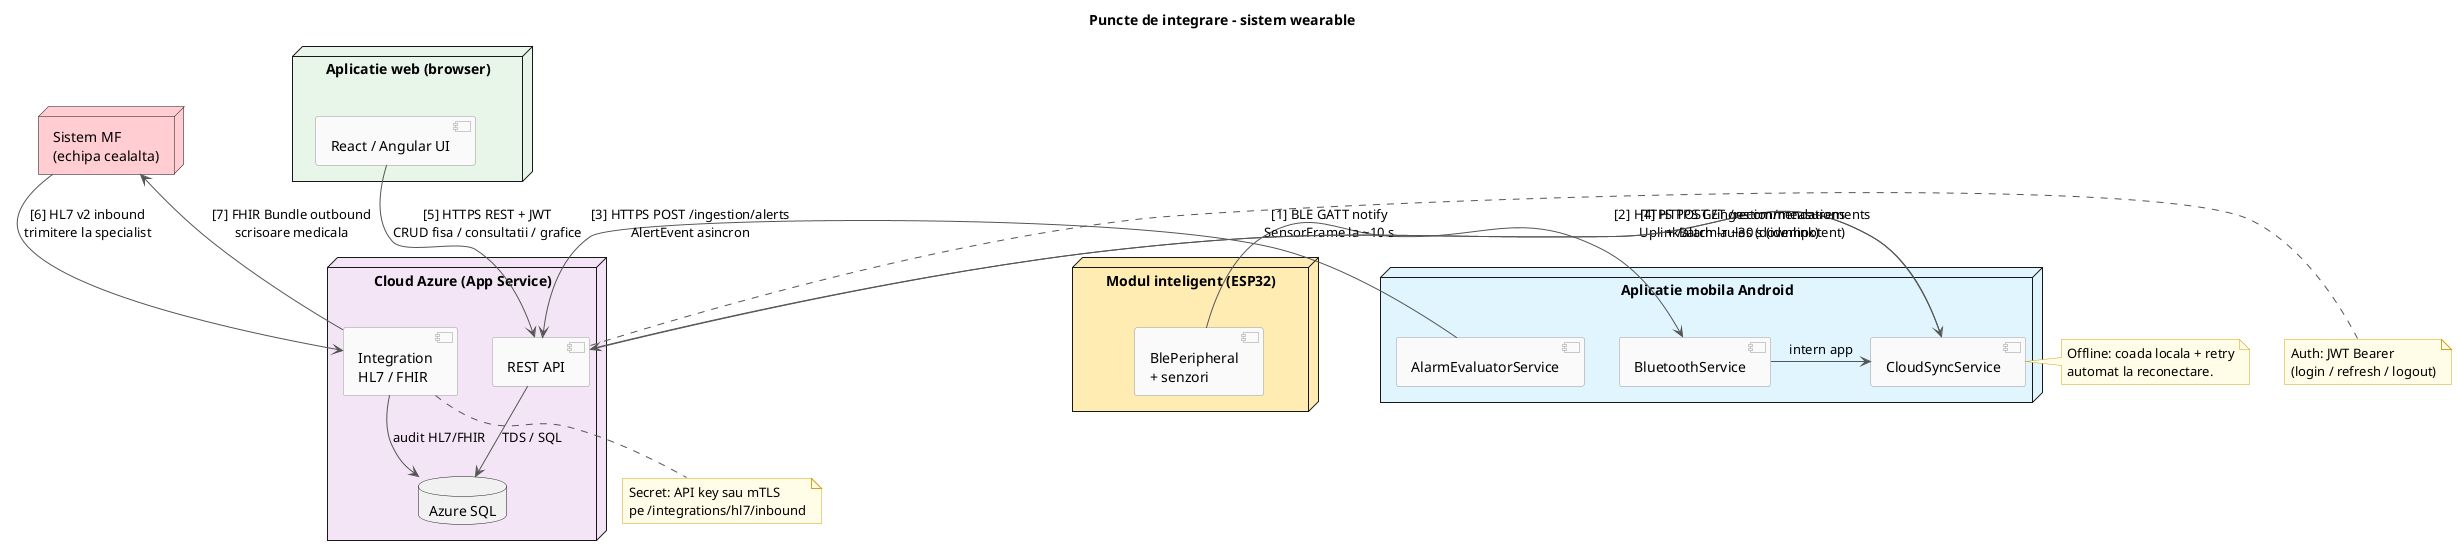
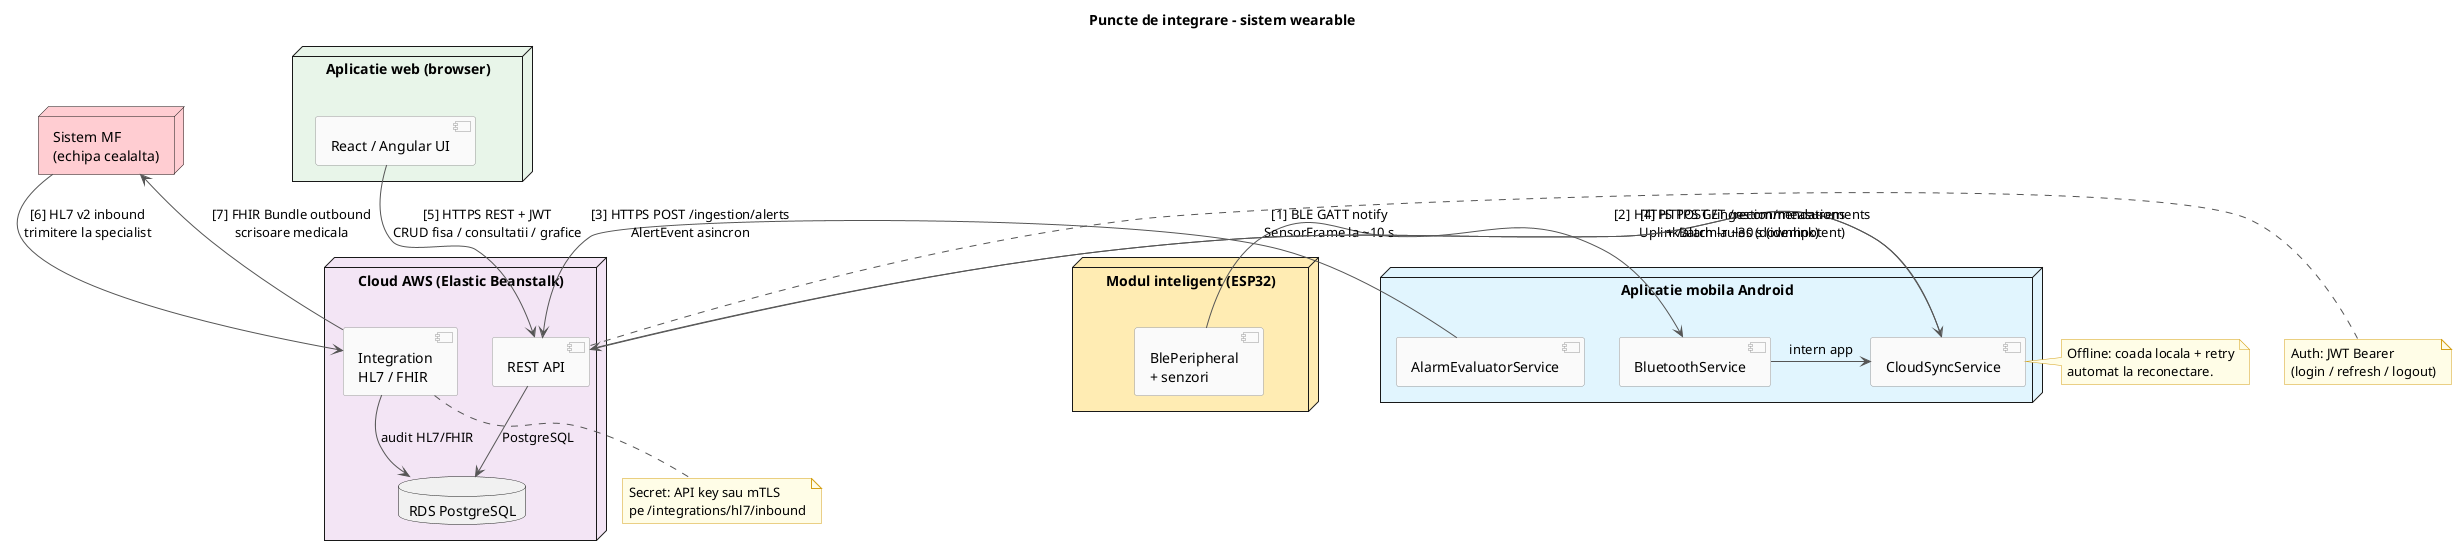
@startuml integration-points
title Puncte de integrare - sistem wearable

skinparam ArrowColor #555555
skinparam ComponentBackgroundColor #FAFAFA
skinparam ComponentBorderColor #999999
skinparam NoteBackgroundColor #FFFDE7
skinparam NoteBorderColor #D4A017

' ============================================================
' MODULE PROPRII
' ============================================================
node "Modul inteligent (ESP32)" as ESP #FFECB3 {
  component "BlePeripheral\n+ senzori" as BLEP
}

node "Aplicatie mobila Android" as AND #E1F5FE {
  component "BluetoothService" as BT
  component "CloudSyncService" as CS
  component "AlarmEvaluatorService" as AE
}

node "Aplicatie web (browser)" as WEB #E8F5E9 {
  component "React / Angular UI" as UI
}

- node "Cloud Azure (App Service)" as CLOUD #F3E5F5 {
+ node "Cloud AWS (Elastic Beanstalk)" as CLOUD #F3E5F5 {
  component "REST API" as API
  component "Integration\nHL7 / FHIR" as INT
-   database "Azure SQL" as DB
+   database "RDS PostgreSQL" as DB
}

' ============================================================
' SISTEME EXTERNE
' ============================================================
node "Sistem MF\n(echipa cealalta)" as MF #FFCDD2

' ============================================================
' INTEGRARI (numerotate ca in README)
' ============================================================
BLEP -right-> BT : [1] BLE GATT notify\nSensorFrame la ~10 s
BT   -right-> CS : intern app
CS   -right-> API : [2] HTTPS POST /ingestion/measurements\nUplinkBatch la ~30 s (idempotent)
AE   -right-> API : [3] HTTPS POST /ingestion/alerts\nAlertEvent asincron
API  -left->  CS  : [4] HTTPS GET /recommendations\n+ /alarm-rules (downlink)
UI   -down->  API : [5] HTTPS REST + JWT\nCRUD fisa / consultatii / grafice
MF   -down->  INT : [6] HL7 v2 inbound\ntrimitere la specialist
INT  -up->    MF  : [7] FHIR Bundle outbound\nscrisoare medicala
- API  -down->  DB  : TDS / SQL
+ API  -down->  DB  : PostgreSQL
INT  -down->  DB  : audit HL7/FHIR

note right of CS
  Offline: coada locala + retry
  automat la reconectare.
end note

note right of API
  Auth: JWT Bearer
  (login / refresh / logout)
end note

note bottom of INT
  Secret: API key sau mTLS
  pe /integrations/hl7/inbound
end note

@enduml
